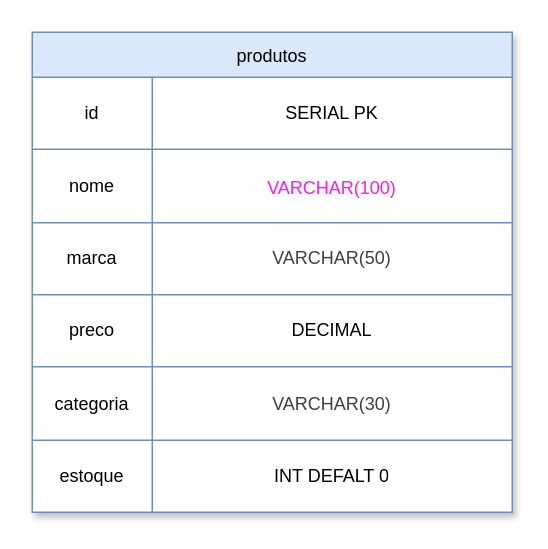
Above: diagramas/produtos.drawio in Fabiox7778/progresso-banco-de-dados (draw.io), before the change. Source tidied: cells renumbered, new cells numbered last; positions are measured from the earlier drawing's top-left corner, leaving out a move shared by most shapes. Both pictures are drawn from the tidied source at 150%, with x=0, y=0 at pixel (32, 32).
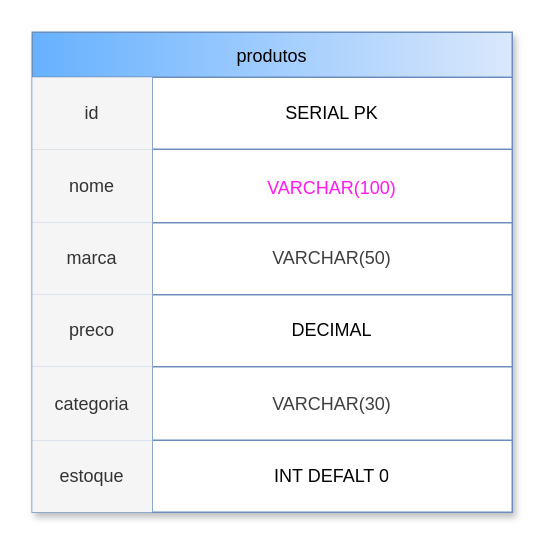
After the change.

Commit message:
feat: cria DER da tabela produtos

Unchanged cells that the change refers to:
```xml
<mxCell id="3" style="shape=tableRow;horizontal=0;startSize=0;swimlaneHead=0;swimlaneBody=0;strokeColor=inherit;top=0;left=0;bottom=0;right=0;fillColor=none;" parent="2" vertex="1">
  <mxGeometry y="30" width="320" height="48" as="geometry" />
</mxCell>
<mxCell id="6" style="shape=tableRow;horizontal=0;startSize=0;swimlaneHead=0;swimlaneBody=0;strokeColor=inherit;top=0;left=0;bottom=0;right=0;fillColor=none;" parent="2" vertex="1">
  <mxGeometry y="78" width="320" height="49" as="geometry" />
</mxCell>
<mxCell id="9" style="shape=tableRow;horizontal=0;startSize=0;swimlaneHead=0;swimlaneBody=0;strokeColor=inherit;top=0;left=0;bottom=0;right=0;fillColor=none;" parent="2" vertex="1">
  <mxGeometry y="127" width="320" height="48" as="geometry" />
</mxCell>
<mxCell id="12" style="shape=tableRow;horizontal=0;startSize=0;swimlaneHead=0;swimlaneBody=0;strokeColor=inherit;top=0;left=0;bottom=0;right=0;fillColor=none;" parent="2" vertex="1">
  <mxGeometry y="175" width="320" height="48" as="geometry" />
</mxCell>
<mxCell id="15" style="shape=tableRow;horizontal=0;startSize=0;swimlaneHead=0;swimlaneBody=0;strokeColor=inherit;top=0;left=0;bottom=0;right=0;fillColor=none;" parent="2" vertex="1">
  <mxGeometry y="223" width="320" height="49" as="geometry" />
</mxCell>
<mxCell id="18" style="shape=tableRow;horizontal=0;startSize=0;swimlaneHead=0;swimlaneBody=0;strokeColor=inherit;top=0;left=0;bottom=0;right=0;fillColor=none;" parent="2" vertex="1">
  <mxGeometry y="272" width="320" height="48" as="geometry" />
</mxCell>
```

Diff of the diagram source:
```diff
@@
-    <mxCell id="2" value="produtos" style="shape=table;startSize=30;childLayout=tableLayout;fillColor=#dae8fc;strokeColor=#6c8ebf;shadow=1;gradientColor=none;swimlaneFillColor=default;strokeWidth=1;perimeterSpacing=0;" parent="1" vertex="1">
+    <mxCell id="2" value="produtos" style="shape=table;startSize=30;childLayout=tableLayout;fillColor=#dae8fc;strokeColor=#6c8ebf;shadow=1;gradientColor=#66B1FF;swimlaneFillColor=default;strokeWidth=1;perimeterSpacing=0;gradientDirection=west;" parent="1" vertex="1">
       <mxGeometry width="320" height="320" as="geometry" />
     </mxCell>
@@
-    <mxCell id="4" value="id" style="shape=partialRectangle;html=1;whiteSpace=wrap;strokeColor=inherit;overflow=hidden;fillColor=none;top=0;left=0;bottom=0;right=0;" parent="3" vertex="1">
+    <mxCell id="4" value="id" style="shape=partialRectangle;html=1;whiteSpace=wrap;overflow=hidden;top=0;left=0;bottom=0;right=0;fillColor=#f5f5f5;fontColor=#333333;strokeColor=#666666;" parent="3" vertex="1">
       <mxGeometry width="80" height="48" as="geometry" />
     </mxCell>
@@
-    <mxCell id="7" value="nome" style="shape=partialRectangle;html=1;whiteSpace=wrap;strokeColor=inherit;overflow=hidden;fillColor=none;top=0;left=0;bottom=0;right=0;" parent="6" vertex="1">
+    <mxCell id="7" value="nome" style="shape=partialRectangle;html=1;whiteSpace=wrap;strokeColor=#666666;overflow=hidden;fillColor=#f5f5f5;top=0;left=0;bottom=0;right=0;fontColor=#333333;" parent="6" vertex="1">
       <mxGeometry width="80" height="49" as="geometry" />
     </mxCell>
@@
-    <mxCell id="10" value="marca" style="shape=partialRectangle;html=1;whiteSpace=wrap;strokeColor=inherit;overflow=hidden;fillColor=none;top=0;left=0;bottom=0;right=0;" parent="9" vertex="1">
+    <mxCell id="10" value="marca" style="shape=partialRectangle;html=1;whiteSpace=wrap;strokeColor=#666666;overflow=hidden;fillColor=#f5f5f5;top=0;left=0;bottom=0;right=0;fontColor=#333333;" parent="9" vertex="1">
       <mxGeometry width="80" height="48" as="geometry" />
     </mxCell>
@@
-    <mxCell id="13" value="preco" style="shape=partialRectangle;html=1;whiteSpace=wrap;strokeColor=inherit;overflow=hidden;fillColor=none;top=0;left=0;bottom=0;right=0;" parent="12" vertex="1">
+    <mxCell id="13" value="preco" style="shape=partialRectangle;html=1;whiteSpace=wrap;strokeColor=#666666;overflow=hidden;fillColor=#f5f5f5;top=0;left=0;bottom=0;right=0;fontColor=#333333;" parent="12" vertex="1">
       <mxGeometry width="80" height="48" as="geometry" />
     </mxCell>
@@
-    <mxCell id="16" value="categoria" style="shape=partialRectangle;html=1;whiteSpace=wrap;strokeColor=inherit;overflow=hidden;fillColor=none;top=0;left=0;bottom=0;right=0;" parent="15" vertex="1">
+    <mxCell id="16" value="categoria" style="shape=partialRectangle;html=1;whiteSpace=wrap;strokeColor=#666666;overflow=hidden;fillColor=#f5f5f5;top=0;left=0;bottom=0;right=0;fontColor=#333333;" parent="15" vertex="1">
       <mxGeometry width="80" height="49" as="geometry" />
     </mxCell>
@@
-    <mxCell id="19" value="estoque" style="shape=partialRectangle;html=1;whiteSpace=wrap;strokeColor=inherit;overflow=hidden;fillColor=none;top=0;left=0;bottom=0;right=0;" parent="18" vertex="1">
+    <mxCell id="19" value="estoque" style="shape=partialRectangle;html=1;whiteSpace=wrap;strokeColor=#666666;overflow=hidden;fillColor=#f5f5f5;top=0;left=0;bottom=0;right=0;fontColor=#333333;" parent="18" vertex="1">
       <mxGeometry width="80" height="48" as="geometry" />
     </mxCell>
```
